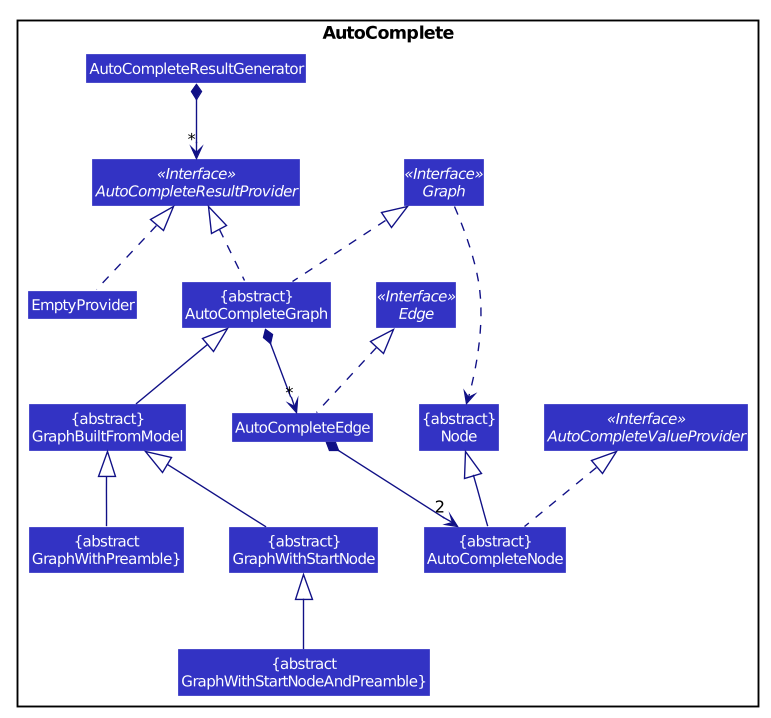
Earlier version of the PlantUML export docs/images/AutoCompleteClassDiagram.png (nus-cs2103-AY1920S1/addressbook-level3). Its diagram source:
```plantuml
@startuml








skinparam BackgroundColor #FFFFFFF

skinparam Shadowing false

skinparam Class {
    FontColor #FFFFFF
    BorderThickness 1
    BorderColor #FFFFFF
    StereotypeFontColor #FFFFFF
    FontName Arial
}

skinparam Actor {
    BorderColor #000000
    Color #000000
    FontName Arial
}

skinparam Sequence {
    MessageAlign center
    BoxFontSize 15
    BoxPadding 0
    BoxFontColor #FFFFFF
    FontName Arial
}

skinparam Participant {
    FontColor #FFFFFFF
    Padding 20
}

skinparam MinClassWidth 50
skinparam ParticipantPadding 10
skinparam Shadowing false
skinparam DefaultTextAlignment center
skinparam packageStyle Rectangle

hide footbox
hide members
hide circle
skinparam arrowThickness 1.1
skinparam arrowColor #101086
skinparam classBackgroundColor #3333C4

package AutoComplete {
Class AutoCompleteResultGenerator
Interface Graph <<Interface>>
Interface AutoCompleteResultProvider <<Interface>>
Class "{abstract}\nAutoCompleteGraph" as AutoCompleteGraph
Interface AutoCompleteValueProvider <<Interface>>
Class "{abstract}\nGraphBuiltFromModel" as GraphBuiltFromModel
Class "{abstract}\nGraphWithStartNode" as GraphWithStartNode
Class "{abstract\nGraphWithPreamble}" as GraphWithPreamble
Class "{abstract\nGraphWithStartNodeAndPreamble}" as GraphWithStartNodeAndPreamble
Class EmptyProvider
Interface Edge <<Interface>>
Class AutoCompleteEdge
Class "{abstract}\nNode" as Node
Class "{abstract}\nAutoCompleteNode" as AutoCompleteNode
}

AutoCompleteResultGenerator *-down-> "*" AutoCompleteResultProvider

AutoCompleteGraph .up.|> Graph
AutoCompleteGraph .up.|> AutoCompleteResultProvider

GraphBuiltFromModel -up-|> AutoCompleteGraph
GraphWithStartNode -up-|> GraphBuiltFromModel
GraphWithPreamble -up-|> GraphBuiltFromModel
GraphWithStartNodeAndPreamble -up-|> GraphWithStartNode

EmptyProvider .up.|> AutoCompleteResultProvider

AutoCompleteEdge .up.|> Edge
AutoCompleteGraph *--> "*" AutoCompleteEdge

AutoCompleteNode -up-|> Node
AutoCompleteEdge *--> "2" AutoCompleteNode
AutoCompleteNode .up.|> AutoCompleteValueProvider

Graph ...> Node

@enduml
```
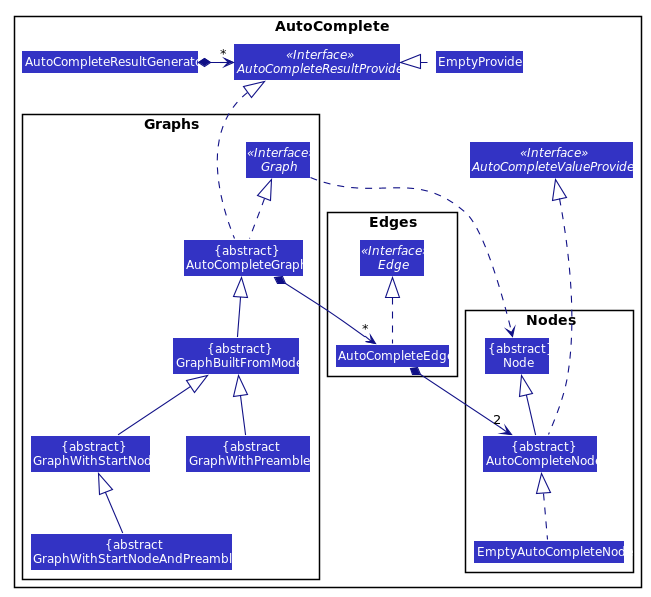
Later version of the same file.

Commit message:
Add class diagrams

The edit, as a diff of the source:
```diff
@@ -52,41 +52,54 @@
 skinparam classBackgroundColor #3333C4
 
 package AutoComplete {
-Class AutoCompleteResultGenerator
+
+package Graphs {
 Interface Graph <<Interface>>
-Interface AutoCompleteResultProvider <<Interface>>
 Class "{abstract}\nAutoCompleteGraph" as AutoCompleteGraph
-Interface AutoCompleteValueProvider <<Interface>>
 Class "{abstract}\nGraphBuiltFromModel" as GraphBuiltFromModel
 Class "{abstract}\nGraphWithStartNode" as GraphWithStartNode
 Class "{abstract\nGraphWithPreamble}" as GraphWithPreamble
 Class "{abstract\nGraphWithStartNodeAndPreamble}" as GraphWithStartNodeAndPreamble
-Class EmptyProvider
+}
+
+package Edges {
 Interface Edge <<Interface>>
 Class AutoCompleteEdge
+}
+
+package Nodes {
 Class "{abstract}\nNode" as Node
 Class "{abstract}\nAutoCompleteNode" as AutoCompleteNode
+Class EmptyAutoCompleteNode
 }
 
-AutoCompleteResultGenerator *-down-> "*" AutoCompleteResultProvider
+Class AutoCompleteResultGenerator
+Interface AutoCompleteResultProvider <<Interface>>
+Interface AutoCompleteValueProvider <<Interface>>
+Class EmptyProvider
+}
+
+AutoCompleteResultGenerator *-right-> "*" AutoCompleteResultProvider
 
 AutoCompleteGraph .up.|> Graph
-AutoCompleteGraph .up.|> AutoCompleteResultProvider
+AutoCompleteGraph .up..|> AutoCompleteResultProvider
 
 GraphBuiltFromModel -up-|> AutoCompleteGraph
 GraphWithStartNode -up-|> GraphBuiltFromModel
 GraphWithPreamble -up-|> GraphBuiltFromModel
 GraphWithStartNodeAndPreamble -up-|> GraphWithStartNode
 
-EmptyProvider .up.|> AutoCompleteResultProvider
+EmptyProvider .left.|> AutoCompleteResultProvider
 
 AutoCompleteEdge .up.|> Edge
 AutoCompleteGraph *--> "*" AutoCompleteEdge
 
 AutoCompleteNode -up-|> Node
 AutoCompleteEdge *--> "2" AutoCompleteNode
-AutoCompleteNode .up.|> AutoCompleteValueProvider
+AutoCompleteNode .up...|> AutoCompleteValueProvider
 
 Graph ...> Node
 
+EmptyAutoCompleteNode .up.|> AutoCompleteNode
+
 @enduml
```
